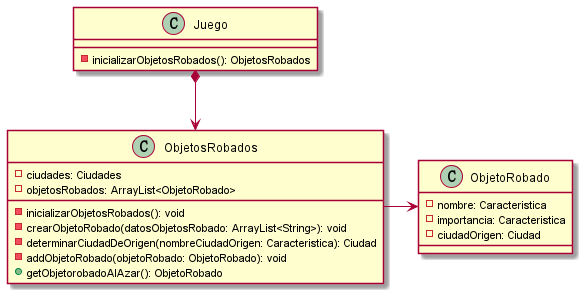
This is diagrams/classes/EntregaFinalPNG/claseObjetoRobado.png from alexguttlein/TP2-CarmenSandiego, a PlantUML export, as it was before one commit.
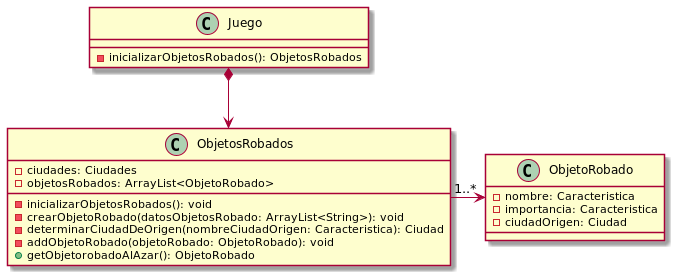
The same file after the commit.

Change to the diagram source:
```diff
@@ -22,6 +22,6 @@
 }
 
 Juego *-down-> ObjetosRobados
-ObjetosRobados -right-> ObjetoRobado
+ObjetosRobados -right-> "1..*" ObjetoRobado
 
 @enduml
```
